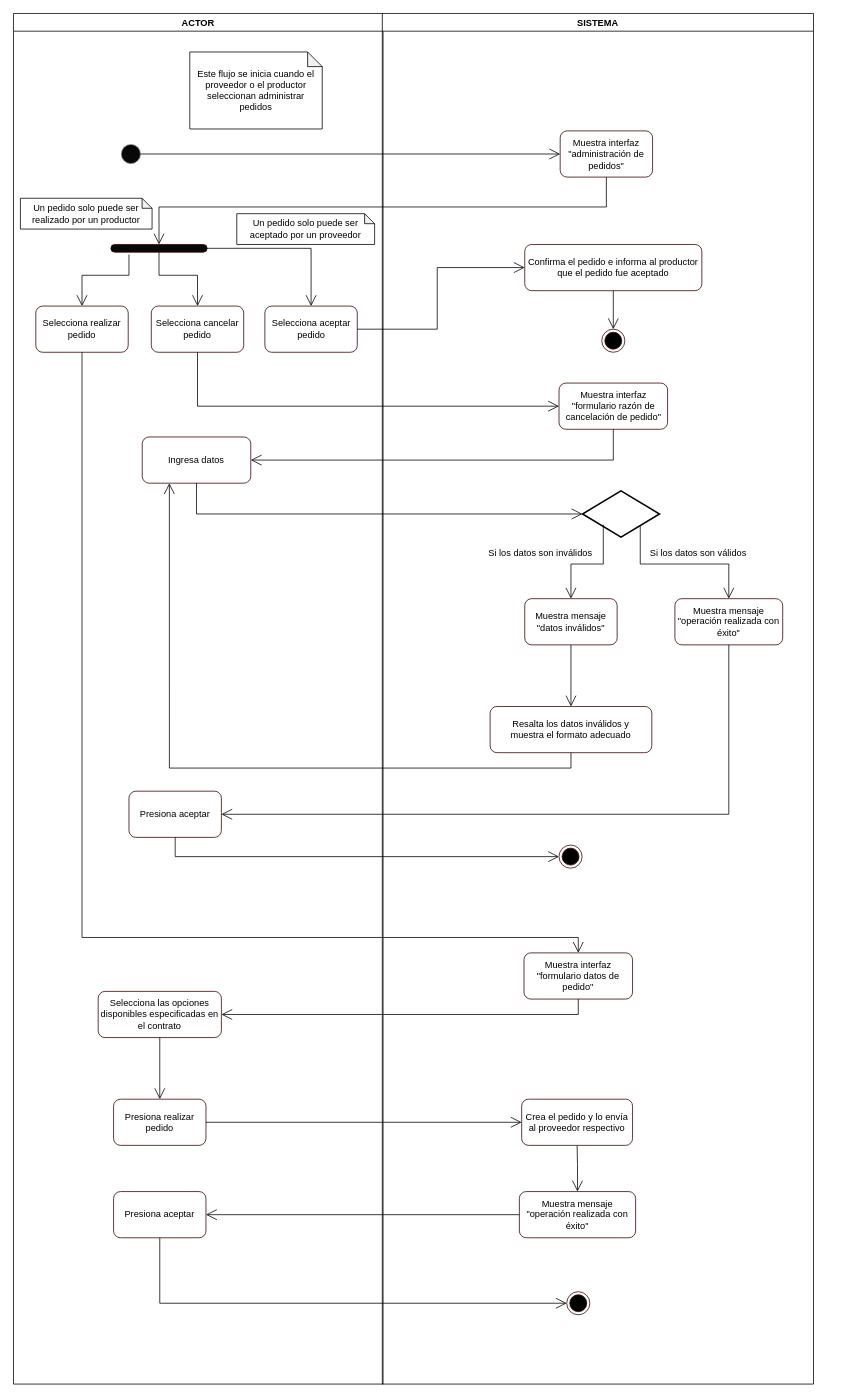
This is diagrama de actividades/draw/3.1. Administración de Pedidos.drawio from rsca7213/SBD1-Perfumeria, a draw.io file, before an edit. Source tidied: cells renumbered, new cells numbered last; positions are measured from the earlier drawing's top-left corner, leaving out a move shared by most shapes. Both pictures are drawn from the tidied source at 77%, with x=0, y=0 at pixel (13, 13).
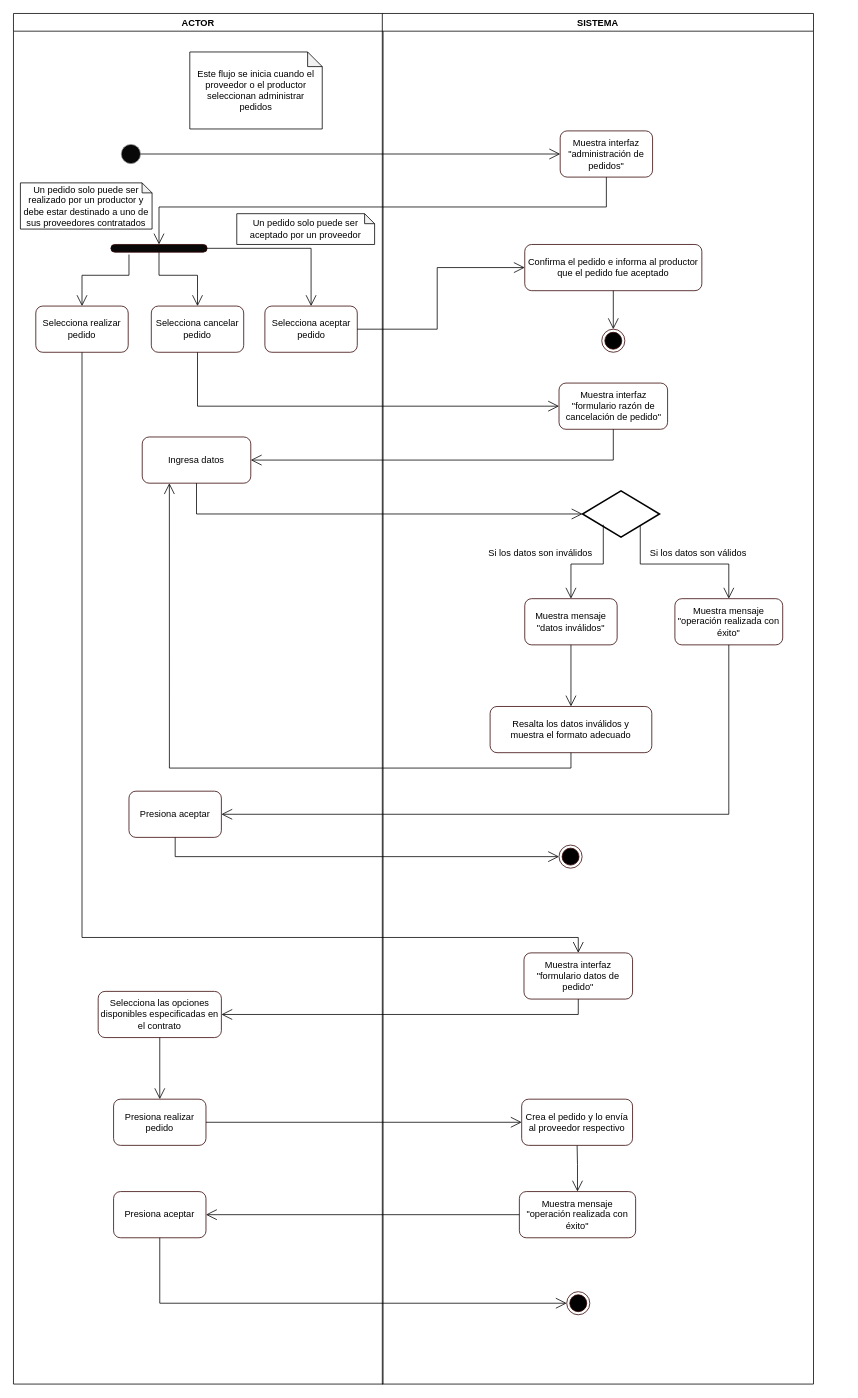
The same page after the edit.

Unchanged cells that the change refers to:
```xml
<mxCell id="2" value="ACTOR" style="swimlane;gradientColor=none;" parent="1" vertex="1">
  <mxGeometry width="480" height="1780" as="geometry" />
</mxCell>
```

The edit, as a diff of the source:
```diff
@@
-    <mxCell id="18" value="Un pedido solo puede ser realizado por un productor" style="shape=note;whiteSpace=wrap;html=1;backgroundOutline=1;darkOpacity=0.05;size=13;" parent="2" vertex="1">
-      <mxGeometry x="9" y="240" width="171" height="40" as="geometry" />
+    <mxCell id="18" value="Un pedido solo puede ser realizado por un productor y debe estar destinado a uno de sus proveedores contratados" style="shape=note;whiteSpace=wrap;html=1;backgroundOutline=1;darkOpacity=0.05;size=13;" parent="2" vertex="1">
+      <mxGeometry x="9" y="220" width="171" height="60" as="geometry" />
     </mxCell>
```
